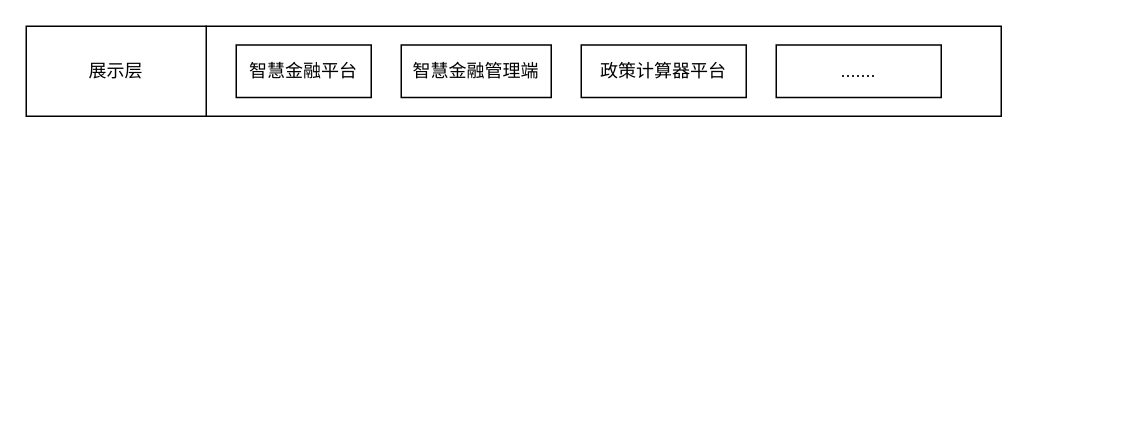
The draw.io diagram yzs/智慧金融.drawio in yanglei1992/documents, before the edit. Source tidied: cells renumbered, new cells numbered last; positions are measured from the earlier drawing's top-left corner, leaving out a move shared by most shapes. Both pictures are drawn from the tidied source at 150%, with x=0, y=0 at pixel (26, 26).
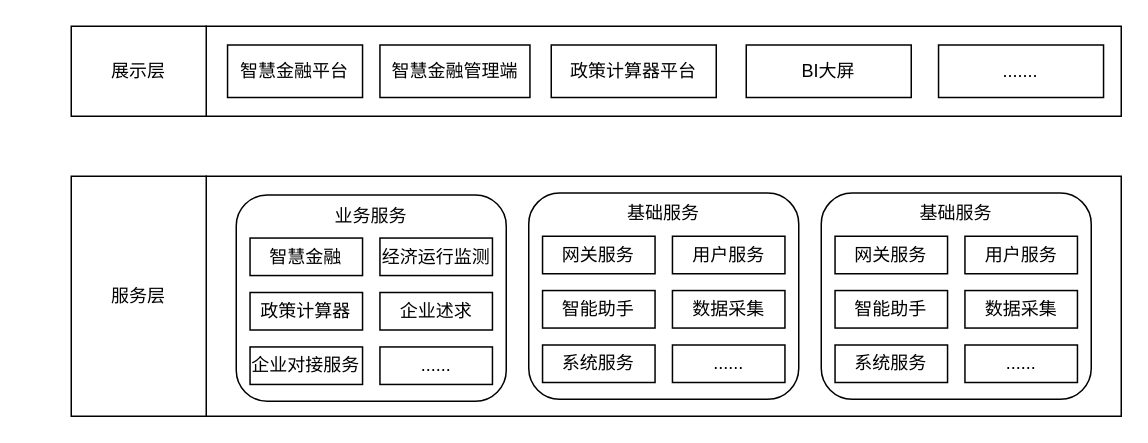
The same diagram, later.

Commit message (it also covers changes not shown here):
更新智慧金融.drawio

The edit, as a diff of the source:
```diff
@@
     <mxCell id="2" style="rounded=0;whiteSpace=wrap;html=1;" parent="1" vertex="1">
-      <mxGeometry x="120" width="530" height="60" as="geometry" />
+      <mxGeometry x="120" width="610" height="60" as="geometry" />
     </mxCell>
     <mxCell id="3" value="智慧金融平台" style="rounded=0;whiteSpace=wrap;html=1;" parent="1" vertex="1">
-      <mxGeometry x="140" y="12.5" width="90" height="35" as="geometry" />
+      <mxGeometry x="134.2" y="12.5" width="90" height="35" as="geometry" />
     </mxCell>
     <mxCell id="4" value="展示层" style="rounded=0;whiteSpace=wrap;html=1;" parent="1" vertex="1">
-      <mxGeometry width="120" height="60" as="geometry" />
+      <mxGeometry x="30" width="90" height="60" as="geometry" />
     </mxCell>
     <mxCell id="5" value="政策计算器平台" style="rounded=0;whiteSpace=wrap;html=1;" parent="1" vertex="1">
-      <mxGeometry x="370" y="12.5" width="110" height="35" as="geometry" />
+      <mxGeometry x="350" y="12.5" width="110" height="35" as="geometry" />
     </mxCell>
     <mxCell id="6" value="智慧金融管理端" style="rounded=0;whiteSpace=wrap;html=1;" parent="1" vertex="1">
-      <mxGeometry x="250" y="12.5" width="100" height="35" as="geometry" />
+      <mxGeometry x="235.8" y="12.5" width="100" height="35" as="geometry" />
     </mxCell>
     <mxCell id="7" value="......." style="rounded=0;whiteSpace=wrap;html=1;" parent="1" vertex="1">
-      <mxGeometry x="500" y="12.5" width="110" height="35" as="geometry" />
+      <mxGeometry x="608.2" y="12.5" width="110" height="35" as="geometry" />
     </mxCell>
+    <mxCell id="8" style="rounded=0;whiteSpace=wrap;html=1;" parent="1" vertex="1">
+      <mxGeometry x="120" y="100" width="610" height="160" as="geometry" />
+    </mxCell>
+    <mxCell id="9" value="服务层" style="rounded=0;whiteSpace=wrap;html=1;" parent="1" vertex="1">
+      <mxGeometry x="30" y="100" width="90" height="160" as="geometry" />
+    </mxCell>
+    <mxCell id="10" value="&lt;div style=&quot;&quot;&gt;&lt;span style=&quot;background-color: initial;&quot;&gt;业务服务&lt;/span&gt;&lt;/div&gt;" style="rounded=1;whiteSpace=wrap;html=1;align=center;verticalAlign=top;" parent="1" vertex="1">
+      <mxGeometry x="140" y="112.5" width="180" height="137.5" as="geometry" />
+    </mxCell>
+    <mxCell id="11" value="智慧金融" style="rounded=0;whiteSpace=wrap;html=1;" parent="1" vertex="1">
+      <mxGeometry x="149.2" y="141.2" width="75" height="25" as="geometry" />
+    </mxCell>
+    <mxCell id="12" value="经济运行监测" style="rounded=0;whiteSpace=wrap;html=1;" parent="1" vertex="1">
+      <mxGeometry x="235.8" y="141.2" width="75" height="25" as="geometry" />
+    </mxCell>
+    <mxCell id="13" value="政策计算器" style="rounded=0;whiteSpace=wrap;html=1;" parent="1" vertex="1">
+      <mxGeometry x="149.2" y="177.5" width="75" height="25" as="geometry" />
+    </mxCell>
+    <mxCell id="14" value="企业述求" style="rounded=0;whiteSpace=wrap;html=1;" parent="1" vertex="1">
+      <mxGeometry x="235.8" y="177.5" width="75" height="25" as="geometry" />
+    </mxCell>
+    <mxCell id="15" value="......" style="rounded=0;whiteSpace=wrap;html=1;" parent="1" vertex="1">
+      <mxGeometry x="235.8" y="213.8" width="75" height="25" as="geometry" />
+    </mxCell>
+    <mxCell id="16" value="企业对接服务" style="rounded=0;whiteSpace=wrap;html=1;" parent="1" vertex="1">
+      <mxGeometry x="149.2" y="213.8" width="75" height="25" as="geometry" />
+    </mxCell>
+    <mxCell id="17" value="&lt;div style=&quot;&quot;&gt;&lt;span style=&quot;background-color: initial;&quot;&gt;基础服务&lt;/span&gt;&lt;/div&gt;" style="rounded=1;whiteSpace=wrap;html=1;align=center;verticalAlign=top;" parent="1" vertex="1">
+      <mxGeometry x="335" y="111.2" width="180" height="137.5" as="geometry" />
+    </mxCell>
+    <mxCell id="18" value="网关服务" style="rounded=0;whiteSpace=wrap;html=1;" parent="1" vertex="1">
+      <mxGeometry x="344.2" y="140" width="75" height="25" as="geometry" />
+    </mxCell>
+    <mxCell id="19" value="用户服务" style="rounded=0;whiteSpace=wrap;html=1;" parent="1" vertex="1">
+      <mxGeometry x="430.8" y="140" width="75" height="25" as="geometry" />
+    </mxCell>
+    <mxCell id="20" value="智能助手" style="rounded=0;whiteSpace=wrap;html=1;" parent="1" vertex="1">
+      <mxGeometry x="344.2" y="176.2" width="75" height="25" as="geometry" />
+    </mxCell>
+    <mxCell id="21" value="数据采集" style="rounded=0;whiteSpace=wrap;html=1;" parent="1" vertex="1">
+      <mxGeometry x="430.8" y="176.2" width="75" height="25" as="geometry" />
+    </mxCell>
+    <mxCell id="22" value="......" style="rounded=0;whiteSpace=wrap;html=1;" parent="1" vertex="1">
+      <mxGeometry x="430.8" y="212.5" width="75" height="25" as="geometry" />
+    </mxCell>
+    <mxCell id="23" value="系统服务" style="rounded=0;whiteSpace=wrap;html=1;" parent="1" vertex="1">
+      <mxGeometry x="344.2" y="212.5" width="75" height="25" as="geometry" />
+    </mxCell>
+    <mxCell id="24" value="&lt;div style=&quot;&quot;&gt;&lt;span style=&quot;background-color: initial;&quot;&gt;基础服务&lt;/span&gt;&lt;/div&gt;" style="rounded=1;whiteSpace=wrap;html=1;align=center;verticalAlign=top;" parent="1" vertex="1">
+      <mxGeometry x="530" y="111.2" width="180" height="137.5" as="geometry" />
+    </mxCell>
+    <mxCell id="25" value="网关服务" style="rounded=0;whiteSpace=wrap;html=1;" parent="1" vertex="1">
+      <mxGeometry x="539.2" y="140" width="75" height="25" as="geometry" />
+    </mxCell>
+    <mxCell id="26" value="用户服务" style="rounded=0;whiteSpace=wrap;html=1;" parent="1" vertex="1">
+      <mxGeometry x="625.8" y="140" width="75" height="25" as="geometry" />
+    </mxCell>
+    <mxCell id="27" value="智能助手" style="rounded=0;whiteSpace=wrap;html=1;" parent="1" vertex="1">
+      <mxGeometry x="539.2" y="176.2" width="75" height="25" as="geometry" />
+    </mxCell>
+    <mxCell id="28" value="数据采集" style="rounded=0;whiteSpace=wrap;html=1;" parent="1" vertex="1">
+      <mxGeometry x="625.8" y="176.2" width="75" height="25" as="geometry" />
+    </mxCell>
+    <mxCell id="29" value="......" style="rounded=0;whiteSpace=wrap;html=1;" parent="1" vertex="1">
+      <mxGeometry x="625.8" y="212.5" width="75" height="25" as="geometry" />
+    </mxCell>
+    <mxCell id="30" value="系统服务" style="rounded=0;whiteSpace=wrap;html=1;" parent="1" vertex="1">
+      <mxGeometry x="539.2" y="212.5" width="75" height="25" as="geometry" />
+    </mxCell>
+    <mxCell id="31" value="BI大屏" style="rounded=0;whiteSpace=wrap;html=1;" parent="1" vertex="1">
+      <mxGeometry x="480" y="12.5" width="110" height="35" as="geometry" />
+    </mxCell>
```
